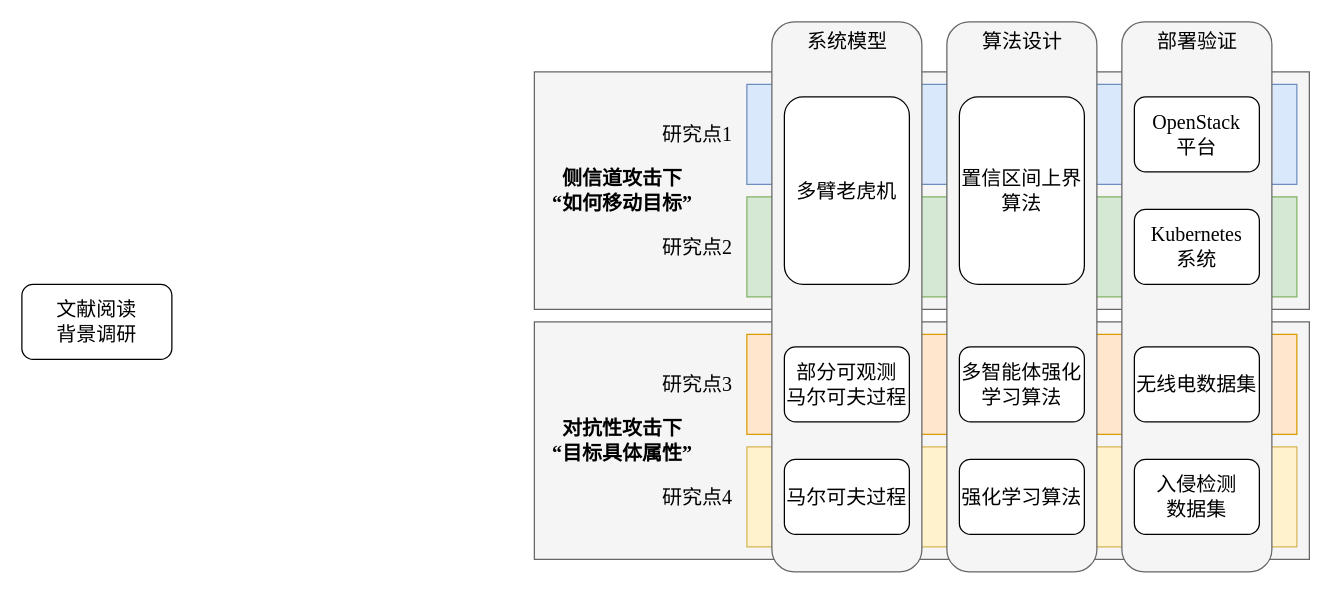
Before: 研究方法.drawio in weyg0/Diagrams, a draw.io diagram. Source tidied: cells renumbered, new cells numbered last; positions are measured from the earlier drawing's top-left corner, leaving out a move shared by most shapes. Both pictures are drawn from the tidied source at 125%, with x=0, y=0 at pixel (21, 21).
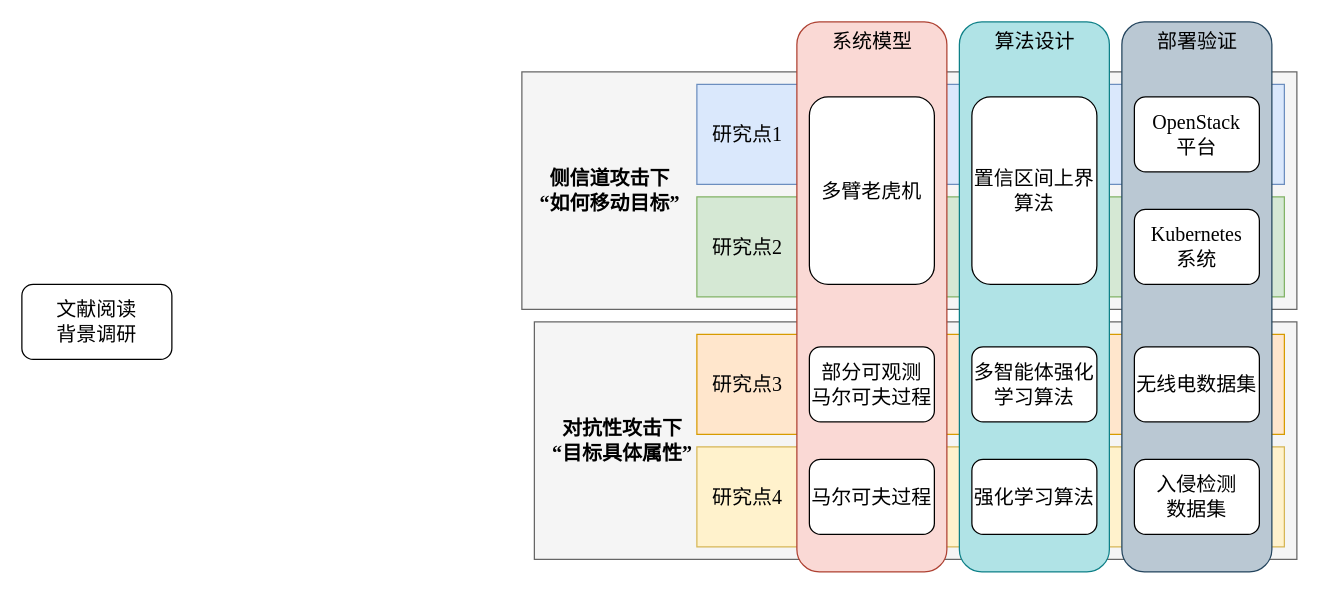
Above is the later version.

Commit message (it also covers changes not shown here):
更新研究方法.drawio

The edit, as a diff of the source:
```diff
@@
     <mxCell id="2" style="rounded=0;whiteSpace=wrap;html=1;fillColor=#f5f5f5;strokeColor=#666666;fontFamily=Times New Roman;fontSize=16;fontColor=#333333;" parent="1" vertex="1">
-      <mxGeometry x="410" y="240" width="620" height="190" as="geometry" />
+      <mxGeometry x="410" y="240" width="610" height="190" as="geometry" />
     </mxCell>
     <mxCell id="3" style="rounded=0;whiteSpace=wrap;html=1;fillColor=#f5f5f5;strokeColor=#666666;fontFamily=Times New Roman;fontSize=16;fontColor=#333333;" parent="1" vertex="1">
-      <mxGeometry x="410" y="40" width="620" height="190" as="geometry" />
+      <mxGeometry x="400" y="40" width="620" height="190" as="geometry" />
     </mxCell>
@@
     <mxCell id="5" value="&lt;b style=&quot;font-size: 16px;&quot;&gt;侧信道攻击下&lt;br style=&quot;font-size: 16px;&quot;&gt;“如何移动目标”&lt;/b&gt;" style="text;html=1;align=center;verticalAlign=middle;strokeColor=none;fillColor=none;fontFamily=Times New Roman;fontSize=16;" parent="1" vertex="1">
-      <mxGeometry x="410" y="110" width="140" height="50" as="geometry" />
+      <mxGeometry x="400" y="110" width="140" height="50" as="geometry" />
     </mxCell>
@@
-    <mxCell id="7" value="研究点1" style="text;html=1;align=center;verticalAlign=middle;strokeColor=none;fillColor=none;fontSize=16;fontFamily=Times New Roman;" parent="1" vertex="1">
-      <mxGeometry x="500" y="75" width="80" height="30" as="geometry" />
-    </mxCell>
-    <mxCell id="8" value="研究点2" style="text;html=1;align=center;verticalAlign=middle;strokeColor=none;fillColor=none;fontSize=16;fontFamily=Times New Roman;" parent="1" vertex="1">
-      <mxGeometry x="500" y="165" width="80" height="30" as="geometry" />
-    </mxCell>
-    <mxCell id="9" value="研究点3" style="text;html=1;align=center;verticalAlign=middle;strokeColor=none;fillColor=none;fontSize=16;fontFamily=Times New Roman;" parent="1" vertex="1">
-      <mxGeometry x="500" y="275" width="80" height="30" as="geometry" />
-    </mxCell>
-    <mxCell id="10" value="研究点4" style="text;html=1;align=center;verticalAlign=middle;strokeColor=none;fillColor=none;fontSize=16;fontFamily=Times New Roman;" parent="1" vertex="1">
-      <mxGeometry x="500" y="365" width="80" height="30" as="geometry" />
-    </mxCell>
     <mxCell id="11" style="rounded=0;whiteSpace=wrap;html=1;fillColor=#dae8fc;strokeColor=#6c8ebf;fontFamily=Times New Roman;fontSize=16;" parent="1" vertex="1">
-      <mxGeometry x="580" y="50" width="440" height="80" as="geometry" />
+      <mxGeometry x="540" y="50" width="470" height="80" as="geometry" />
     </mxCell>
     <mxCell id="12" style="rounded=0;whiteSpace=wrap;html=1;fillColor=#d5e8d4;strokeColor=#82b366;fontFamily=Times New Roman;fontSize=16;" parent="1" vertex="1">
-      <mxGeometry x="580" y="140" width="440" height="80" as="geometry" />
+      <mxGeometry x="540" y="140" width="470" height="80" as="geometry" />
     </mxCell>
     <mxCell id="13" style="rounded=0;whiteSpace=wrap;html=1;fillColor=#ffe6cc;strokeColor=#d79b00;fontFamily=Times New Roman;fontSize=16;" parent="1" vertex="1">
-      <mxGeometry x="580" y="250" width="440" height="80" as="geometry" />
+      <mxGeometry x="540" y="250" width="470" height="80" as="geometry" />
     </mxCell>
     <mxCell id="14" style="rounded=0;whiteSpace=wrap;html=1;fillColor=#fff2cc;strokeColor=#d6b656;fontFamily=Times New Roman;fontSize=16;" parent="1" vertex="1">
-      <mxGeometry x="580" y="340" width="440" height="80" as="geometry" />
+      <mxGeometry x="540" y="340" width="470" height="80" as="geometry" />
     </mxCell>
-    <mxCell id="15" style="rounded=1;whiteSpace=wrap;html=1;fontFamily=Times New Roman;fontSize=16;fillColor=#f5f5f5;fontColor=#333333;strokeColor=#666666;" parent="1" vertex="1">
-      <mxGeometry x="600" width="120" height="440" as="geometry" />
+    <mxCell id="15" style="rounded=1;whiteSpace=wrap;html=1;fontFamily=Times New Roman;fontSize=16;fillColor=#fad9d5;strokeColor=#ae4132;" parent="1" vertex="1">
+      <mxGeometry x="620" width="120" height="440" as="geometry" />
     </mxCell>
-    <mxCell id="16" style="rounded=1;whiteSpace=wrap;html=1;fontFamily=Times New Roman;fontSize=16;fillColor=#f5f5f5;fontColor=#333333;strokeColor=#666666;" parent="1" vertex="1">
-      <mxGeometry x="740" width="120" height="440" as="geometry" />
+    <mxCell id="16" style="rounded=1;whiteSpace=wrap;html=1;fontFamily=Times New Roman;fontSize=16;fillColor=#b0e3e6;strokeColor=#0e8088;" parent="1" vertex="1">
+      <mxGeometry x="750" width="120" height="440" as="geometry" />
     </mxCell>
-    <mxCell id="17" style="rounded=1;whiteSpace=wrap;html=1;fontFamily=Times New Roman;fontSize=16;fillColor=#f5f5f5;fontColor=#333333;strokeColor=#666666;" parent="1" vertex="1">
+    <mxCell id="17" style="rounded=1;whiteSpace=wrap;html=1;fontFamily=Times New Roman;fontSize=16;fillColor=#bac8d3;strokeColor=#23445d;" parent="1" vertex="1">
       <mxGeometry x="880" width="120" height="440" as="geometry" />
     </mxCell>
     <mxCell id="18" value="系统模型" style="text;html=1;align=center;verticalAlign=middle;strokeColor=none;fillColor=none;fontFamily=Times New Roman;fontSize=16;" parent="1" vertex="1">
-      <mxGeometry x="615" width="90" height="30" as="geometry" />
+      <mxGeometry x="635" width="90" height="30" as="geometry" />
     </mxCell>
     <mxCell id="19" value="算法设计" style="text;html=1;align=center;verticalAlign=middle;strokeColor=none;fillColor=none;fontFamily=Times New Roman;fontSize=16;" parent="1" vertex="1">
-      <mxGeometry x="755" width="90" height="30" as="geometry" />
+      <mxGeometry x="765" width="90" height="30" as="geometry" />
     </mxCell>
@@
     <mxCell id="21" value="多臂老虎机" style="rounded=1;whiteSpace=wrap;html=1;fontFamily=Times New Roman;fontSize=16;" parent="1" vertex="1">
-      <mxGeometry x="610" y="60" width="100" height="150" as="geometry" />
+      <mxGeometry x="630" y="60" width="100" height="150" as="geometry" />
     </mxCell>
     <mxCell id="22" value="部分可观测&lt;br&gt;马尔可夫过程" style="rounded=1;whiteSpace=wrap;html=1;fontFamily=Times New Roman;fontSize=16;" parent="1" vertex="1">
-      <mxGeometry x="610" y="260" width="100" height="60" as="geometry" />
+      <mxGeometry x="630" y="260" width="100" height="60" as="geometry" />
     </mxCell>
     <mxCell id="23" value="马尔可夫过程" style="rounded=1;whiteSpace=wrap;html=1;fontFamily=Times New Roman;fontSize=16;" parent="1" vertex="1">
-      <mxGeometry x="610" y="350" width="100" height="60" as="geometry" />
+      <mxGeometry x="630" y="350" width="100" height="60" as="geometry" />
     </mxCell>
     <mxCell id="24" value="置信区间上界算法" style="rounded=1;whiteSpace=wrap;html=1;fontFamily=Times New Roman;fontSize=16;" parent="1" vertex="1">
-      <mxGeometry x="750" y="60" width="100" height="150" as="geometry" />
+      <mxGeometry x="760" y="60" width="100" height="150" as="geometry" />
     </mxCell>
     <mxCell id="25" value="多智能体强化学习算法" style="rounded=1;whiteSpace=wrap;html=1;fontFamily=Times New Roman;fontSize=16;" parent="1" vertex="1">
-      <mxGeometry x="750" y="260" width="100" height="60" as="geometry" />
+      <mxGeometry x="760" y="260" width="100" height="60" as="geometry" />
     </mxCell>
     <mxCell id="26" value="强化学习算法" style="rounded=1;whiteSpace=wrap;html=1;fontFamily=Times New Roman;fontSize=16;" parent="1" vertex="1">
-      <mxGeometry x="750" y="350" width="100" height="60" as="geometry" />
+      <mxGeometry x="760" y="350" width="100" height="60" as="geometry" />
     </mxCell>
@@
+    <mxCell id="7" value="研究点1" style="text;html=1;align=center;verticalAlign=middle;strokeColor=none;fillColor=none;fontSize=16;fontFamily=Times New Roman;" parent="1" vertex="1">
+      <mxGeometry x="540" y="75" width="80" height="30" as="geometry" />
+    </mxCell>
+    <mxCell id="8" value="研究点2" style="text;html=1;align=center;verticalAlign=middle;strokeColor=none;fillColor=none;fontSize=16;fontFamily=Times New Roman;" parent="1" vertex="1">
+      <mxGeometry x="540" y="165" width="80" height="30" as="geometry" />
+    </mxCell>
+    <mxCell id="9" value="研究点3" style="text;html=1;align=center;verticalAlign=middle;strokeColor=none;fillColor=none;fontSize=16;fontFamily=Times New Roman;" parent="1" vertex="1">
+      <mxGeometry x="540" y="275" width="80" height="30" as="geometry" />
+    </mxCell>
+    <mxCell id="10" value="研究点4" style="text;html=1;align=center;verticalAlign=middle;strokeColor=none;fillColor=none;fontSize=16;fontFamily=Times New Roman;" parent="1" vertex="1">
+      <mxGeometry x="540" y="365" width="80" height="30" as="geometry" />
+    </mxCell>
```
